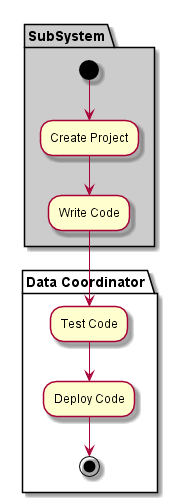
Before: docs/Solution/Data-Coordinator/Process.png, a diagram exported from PlantUML (CAADE/CloudLet). Source of this version:
```plantuml
@startuml

partition "Data Coordinator" {

}

partition SubSystem  #cccccc {
  (*) --> "Create Project"
  --> "Write Code"
}

partition "Data Coordinator" {
  "Write Code" --> "Test Code"
  "Test Code" --> "Deploy Code"
  "Deploy Code" --> (*)
}

@enduml
```
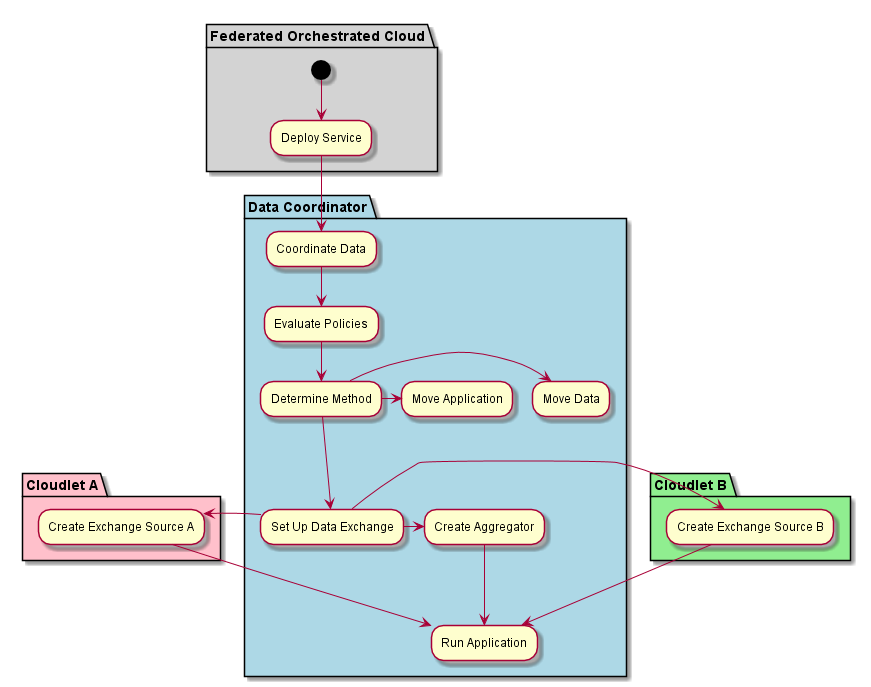
The same diagram one commit later.

Change to the diagram source:
```diff
@@ -1,18 +1,34 @@
 @startuml
 
-partition "Data Coordinator" {
+partition "Data Coordinator" #lightblue {
 
 }
 
-partition SubSystem  #cccccc {
-  (*) --> "Create Project"
-  --> "Write Code"
+partition "Federated Orchestrated Cloud"  #lightgrey {
+  (*) --> "Deploy Service"
 }
 
 partition "Data Coordinator" {
-  "Write Code" --> "Test Code"
-  "Test Code" --> "Deploy Code"
-  "Deploy Code" --> (*)
+  "Deploy Service" --> "Coordinate Data"
+  "Coordinate Data" --> "Evaluate Policies"
+  "Evaluate Policies" --> "Determine Method"
+  "Determine Method" -> "Move Data"
+  "Determine Method" -> "Move Application"
+  "Determine Method" ---> "Set Up Data Exchange"
+  "Set Up Data Exchange" -> "Create Aggregator"
 }
 
+partition "Cloudlet A" #pink {
+  "Set Up Data Exchange" -> "Create Exchange Source A"
+}
+
+partition "Cloudlet B" #lightgreen {
+  "Set Up Data Exchange" -> "Create Exchange Source B"
+}
+
+partition "Data Coordinator" {
+  "Create Aggregator" ---> "Run Application"
+  "Create Exchange Source A" ---> "Run Application"
+  "Create Exchange Source B" ---> "Run Application"
+}
 @enduml
```
